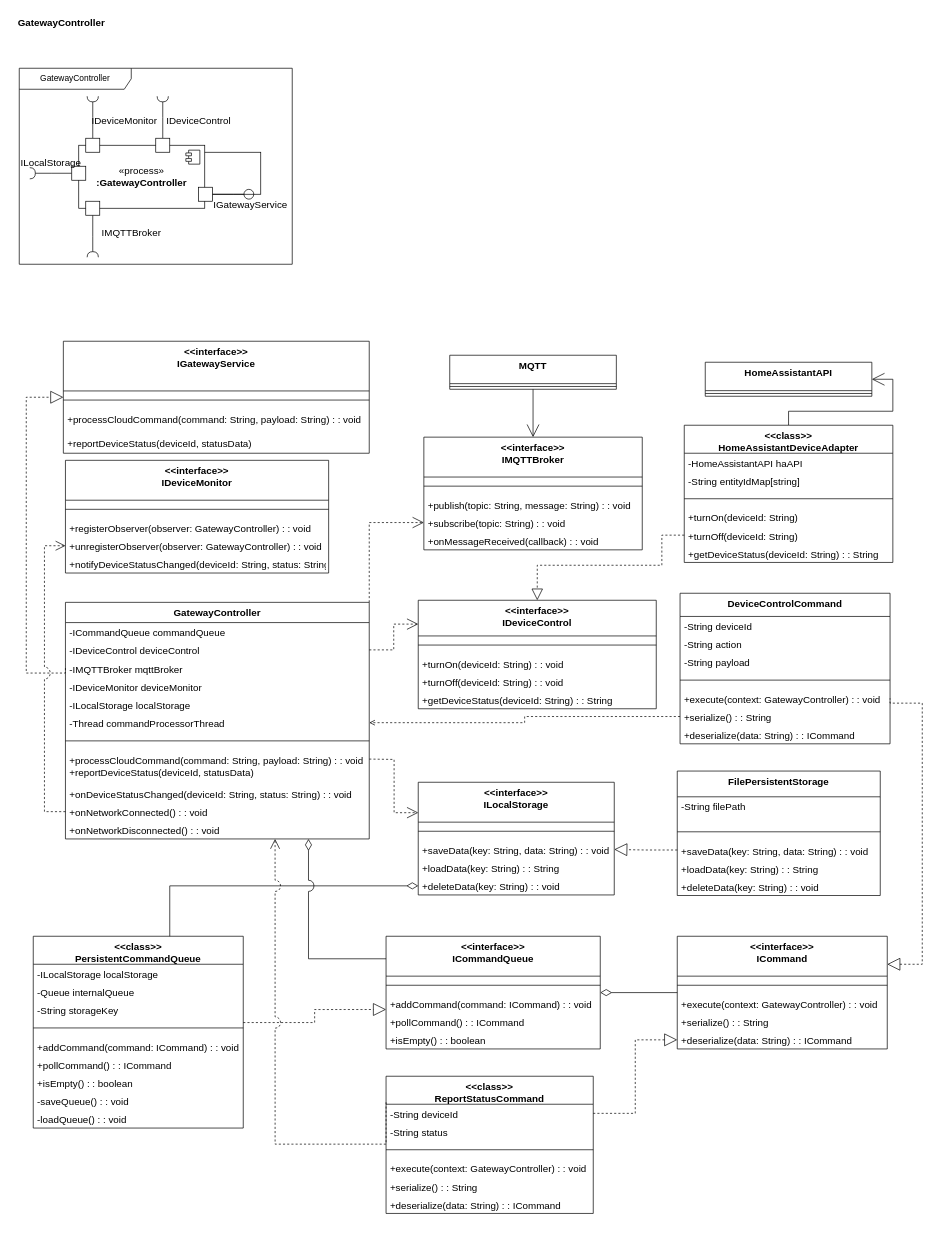
The draw.io diagram page "GatewayController" (1 of 4) of DetailedComponentDesign.drawio in GeniusHoon/AssociateArchitect, before the edit. Source tidied: cells renumbered, new cells numbered last; positions are measured from the earlier drawing's top-left corner, leaving out a move shared by most shapes. Both pictures are drawn from the tidied source at 70%, with x=0, y=0 at pixel (12, 12).
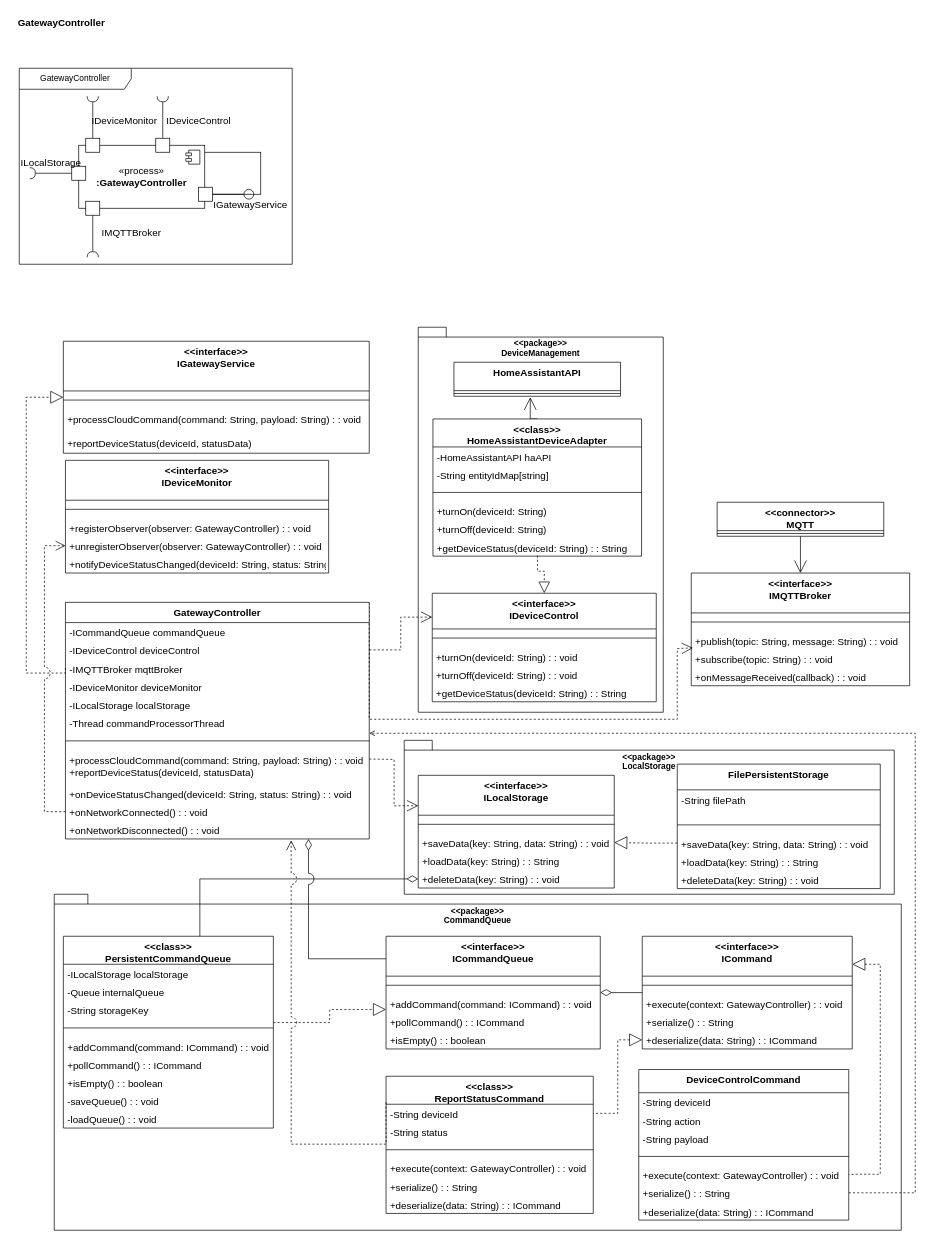
After the change.

Commit message:
GatewayController Packaged

The change refers to these unchanged cells:
```xml
<mxCell id="4" value="GatewayController" style="swimlane;fontStyle=1;align=center;verticalAlign=top;horizontal=1;startSize=28.91455078125;fontSize=14;" parent="1" vertex="1">
  <mxGeometry x="76" y="843" width="434" height="338" as="geometry" />
</mxCell>
<mxCell id="10" value="-Thread commandProcessorThread" style="text;strokeColor=none;fillColor=none;align=left;verticalAlign=top;spacingLeft=4;spacingRight=4;overflow=hidden;points=[[0,0.5],[1,0.5]];portConstraint=eastwest;fontSize=14;" parent="4" vertex="1">
  <mxGeometry y="158.9" width="434" height="26" as="geometry" />
</mxCell>
<mxCell id="15" value="+onNetworkDisconnected() : : void" style="text;strokeColor=none;fillColor=none;align=left;verticalAlign=top;spacingLeft=4;spacingRight=4;overflow=hidden;points=[[0,0.5],[1,0.5]];portConstraint=eastwest;fontSize=14;" parent="4" vertex="1">
  <mxGeometry y="312" width="434" height="26" as="geometry" />
</mxCell>
<mxCell id="51" value="+execute(context: GatewayController) : : void" style="text;strokeColor=none;fillColor=none;align=left;verticalAlign=top;spacingLeft=4;spacingRight=4;overflow=hidden;points=[[0,0.5],[1,0.5]];portConstraint=eastwest;fontSize=14;" parent="46" vertex="1">
  <mxGeometry y="137.1" width="300" height="26" as="geometry" />
</mxCell>
<mxCell id="52" value="+serialize() : : String" style="text;strokeColor=none;fillColor=none;align=left;verticalAlign=top;spacingLeft=4;spacingRight=4;overflow=hidden;points=[[0,0.5],[1,0.5]];portConstraint=eastwest;fontSize=14;" parent="46" vertex="1">
  <mxGeometry y="163.1" width="300" height="26" as="geometry" />
</mxCell>
<mxCell id="54" value="&lt;&lt;class&gt;&gt;&#10;ReportStatusCommand" style="swimlane;fontStyle=1;align=center;verticalAlign=top;horizontal=1;startSize=40;fontSize=14;" parent="1" vertex="1">
  <mxGeometry x="534" y="1520" width="296" height="196" as="geometry" />
</mxCell>
<mxCell id="75" value="+subscribe(topic: String) : : void" style="text;strokeColor=none;fillColor=none;align=left;verticalAlign=top;spacingLeft=4;spacingRight=4;overflow=hidden;points=[[0,0.5],[1,0.5]];portConstraint=eastwest;fontSize=14;" parent="72" vertex="1">
  <mxGeometry y="109" width="312" height="26" as="geometry" />
</mxCell>
<mxCell id="100" value="+turnOff(deviceId: String)" style="text;strokeColor=none;fillColor=none;align=left;verticalAlign=top;spacingLeft=4;spacingRight=4;overflow=hidden;points=[[0,0.5],[1,0.5]];portConstraint=eastwest;fontSize=14;" parent="95" vertex="1">
  <mxGeometry y="144" width="298" height="26" as="geometry" />
</mxCell>
<mxCell id="101" value="+getDeviceStatus(deviceId: String) : : String" style="text;strokeColor=none;fillColor=none;align=left;verticalAlign=top;spacingLeft=4;spacingRight=4;overflow=hidden;points=[[0,0.5],[1,0.5]];portConstraint=eastwest;fontSize=14;" parent="95" vertex="1">
  <mxGeometry y="170" width="298" height="26" as="geometry" />
</mxCell>
```

What changed in the source:
```diff
@@
+    <mxCell id="131" value="&amp;lt;&amp;lt;package&amp;gt;&amp;gt;&lt;div&gt;CommandQueue&lt;/div&gt;" style="shape=folder;fontStyle=1;spacingTop=10;tabWidth=40;tabHeight=14;tabPosition=left;html=1;whiteSpace=wrap;verticalAlign=top;" parent="1" vertex="1">
+      <mxGeometry x="60" y="1260" width="1210" height="480" as="geometry" />
+    </mxCell>
+    <mxCell id="132" value="&amp;lt;&amp;lt;package&amp;gt;&amp;gt;&lt;div&gt;DeviceManagement&lt;/div&gt;" style="shape=folder;fontStyle=1;spacingTop=10;tabWidth=40;tabHeight=14;tabPosition=left;html=1;whiteSpace=wrap;verticalAlign=top;" parent="1" vertex="1">
+      <mxGeometry x="580" y="450" width="350" height="550" as="geometry" />
+    </mxCell>
+    <mxCell id="133" value="&amp;lt;&amp;lt;package&amp;gt;&amp;gt;&lt;div&gt;LocalStorage&lt;/div&gt;" style="shape=folder;fontStyle=1;spacingTop=10;tabWidth=40;tabHeight=14;tabPosition=left;html=1;whiteSpace=wrap;verticalAlign=top;" parent="1" vertex="1">
+      <mxGeometry x="560" y="1040.1" width="700" height="219.9" as="geometry" />
+    </mxCell>
@@
-    <mxCell id="3" style="edgeStyle=orthogonalEdgeStyle;rounded=0;jettySize=auto;html=1;exitX=1;exitY=0;exitDx=0;exitDy=0;entryX=0;entryY=0.5;entryDx=0;entryDy=0;dashed=1;endArrow=open;endFill=0;endSize=14;" parent="1" edge="1" source="4" target="75">
+    <mxCell id="3" style="edgeStyle=orthogonalEdgeStyle;rounded=0;jettySize=auto;html=1;exitX=1;exitY=0;exitDx=0;exitDy=0;entryX=0.008;entryY=-0.08;entryDx=0;entryDy=0;dashed=1;endArrow=open;endFill=0;endSize=14;jumpStyle=arc;jumpSize=16;entryPerimeter=0;" parent="1" edge="1" source="4" target="75">
       <mxGeometry relative="1" as="geometry">
         <Array as="points">
-          <mxPoint x="510" y="729" />
+          <mxPoint x="510" y="1010" />
+          <mxPoint x="950" y="1010" />
+          <mxPoint x="950" y="909" />
+          <mxPoint x="973" y="909" />
         </Array>
       </mxGeometry>
     </mxCell>
@@
     <mxCell id="19" value="&lt;&lt;interface&gt;&gt;&#10;IDeviceControl" style="swimlane;fontStyle=1;align=center;verticalAlign=top;horizontal=1;startSize=50.98721858433315;fontSize=14;" parent="1" vertex="1">
-      <mxGeometry x="580" y="840" width="340" height="155" as="geometry" />
+      <mxGeometry x="600" y="830" width="320" height="155" as="geometry" />
     </mxCell>
     <mxCell id="20" style="line;strokeWidth=1;fillColor=none;align=left;verticalAlign=middle;spacingTop=-1;spacingLeft=3;spacingRight=3;labelPosition=right;strokeColor=inherit;fontSize=14;" parent="19" vertex="1">
-      <mxGeometry y="51" width="340" height="26" as="geometry" />
+      <mxGeometry y="51" width="320" height="26" as="geometry" />
     </mxCell>
     <mxCell id="21" value="+turnOn(deviceId: String) : : void" style="text;strokeColor=none;fillColor=none;align=left;verticalAlign=top;spacingLeft=4;spacingRight=4;overflow=hidden;fontSize=14;" parent="19" vertex="1">
-      <mxGeometry y="77" width="340" height="26" as="geometry" />
+      <mxGeometry y="77" width="320" height="26" as="geometry" />
     </mxCell>
     <mxCell id="22" value="+turnOff(deviceId: String) : : void" style="text;strokeColor=none;fillColor=none;align=left;verticalAlign=top;spacingLeft=4;spacingRight=4;overflow=hidden;fontSize=14;" parent="19" vertex="1">
-      <mxGeometry y="103" width="340" height="26" as="geometry" />
+      <mxGeometry y="103" width="320" height="26" as="geometry" />
     </mxCell>
     <mxCell id="23" value="+getDeviceStatus(deviceId: String) : : String" style="text;strokeColor=none;fillColor=none;align=left;verticalAlign=top;spacingLeft=4;spacingRight=4;overflow=hidden;fontSize=14;" parent="19" vertex="1">
-      <mxGeometry y="129" width="340" height="26" as="geometry" />
+      <mxGeometry y="129" width="320" height="26" as="geometry" />
     </mxCell>
     <mxCell id="24" value="HomeAssistantAPI" style="swimlane;fontStyle=1;align=center;verticalAlign=top;horizontal=1;startSize=40.56412615094866;fontSize=14;" parent="1" vertex="1">
-      <mxGeometry x="990" y="500" width="238" height="48.6" as="geometry" />
+      <mxGeometry x="631" y="500" width="238" height="48.6" as="geometry" />
     </mxCell>
@@
     <mxCell id="31" value="&lt;&lt;class&gt;&gt;&#10;PersistentCommandQueue" style="swimlane;fontStyle=1;align=center;verticalAlign=top;horizontal=1;startSize=40;fontSize=14;" parent="1" vertex="1">
-      <mxGeometry x="30" y="1320" width="300" height="274" as="geometry" />
+      <mxGeometry x="73" y="1320" width="300" height="274" as="geometry" />
     </mxCell>
@@
     <mxCell id="41" value="&lt;&lt;interface&gt;&gt;&#10;ICommand" style="swimlane;fontStyle=1;align=center;verticalAlign=top;horizontal=1;startSize=56.987214660644526;fontSize=14;" parent="1" vertex="1">
-      <mxGeometry x="950" y="1320" width="300" height="161" as="geometry" />
+      <mxGeometry x="900" y="1320" width="300" height="161" as="geometry" />
     </mxCell>
@@
     <mxCell id="46" value="DeviceControlCommand" style="swimlane;fontStyle=1;align=center;verticalAlign=top;horizontal=1;startSize=33.13433183942522;fontSize=14;" parent="1" vertex="1">
-      <mxGeometry x="954" y="830" width="300" height="215.1" as="geometry" />
+      <mxGeometry x="895" y="1510.4" width="300" height="215.1" as="geometry" />
     </mxCell>
@@
     <mxCell id="61" value="&lt;&lt;interface&gt;&gt;&#10;ILocalStorage" style="swimlane;fontStyle=1;align=center;verticalAlign=top;horizontal=1;startSize=56.987214660644526;fontSize=14;" parent="1" vertex="1">
-      <mxGeometry x="580" y="1100" width="280" height="161" as="geometry" />
+      <mxGeometry x="580" y="1090.1" width="280" height="161" as="geometry" />
     </mxCell>
@@
     <mxCell id="66" value="FilePersistentStorage" style="swimlane;fontStyle=1;align=center;verticalAlign=top;horizontal=1;startSize=36.79147644042969;fontSize=14;" parent="1" vertex="1">
-      <mxGeometry x="950" y="1084" width="290" height="177.8" as="geometry" />
+      <mxGeometry x="950" y="1074.1" width="290" height="177.8" as="geometry" />
     </mxCell>
@@
     <mxCell id="72" value="&lt;&lt;interface&gt;&gt;&#10;IMQTTBroker" style="swimlane;fontStyle=1;align=center;verticalAlign=top;horizontal=1;startSize=56.987214660644526;fontSize=14;" parent="1" vertex="1">
-      <mxGeometry x="588" y="607" width="312" height="161" as="geometry" />
+      <mxGeometry x="970" y="801.1" width="312" height="161" as="geometry" />
     </mxCell>
@@
     <mxCell id="86" style="dashed=1;startArrow=block;startSize=16;startFill=0;endArrow=none;entryX=1;entryY=0.5;rounded=0;fontSize=14;edgeStyle=orthogonalEdgeStyle;entryDx=0;entryDy=0;" parent="1" edge="1" source="41" target="51">
       <mxGeometry relative="1" as="geometry">
         <Array as="points">
-          <mxPoint x="1300" y="1360" />
-          <mxPoint x="1300" y="987" />
-          <mxPoint x="1254" y="987" />
+          <mxPoint x="1240" y="1360" />
+          <mxPoint x="1240" y="1660" />
+          <mxPoint x="1204" y="1660" />
         </Array>
       </mxGeometry>
     </mxCell>
@@
-    <mxCell id="88" style="dashed=1;startArrow=none;endArrow=open;endSize=12;exitX=0;exitY=0.19;entryX=0.69;entryY=1;rounded=0;fontSize=14;edgeStyle=orthogonalEdgeStyle;jumpStyle=arc;jumpSize=16;" parent="1" edge="1" source="54" target="4">
+    <mxCell id="88" style="dashed=1;startArrow=none;endArrow=open;endSize=12;exitX=0;exitY=0.19;entryX=0.743;entryY=1.075;rounded=0;fontSize=14;edgeStyle=orthogonalEdgeStyle;jumpStyle=arc;jumpSize=16;entryDx=0;entryDy=0;entryPerimeter=0;" parent="1" edge="1" source="54" target="15">
       <mxGeometry relative="1" as="geometry">
         <Array as="points">
-          <mxPoint x="376" y="1617" />
+          <mxPoint x="534" y="1617" />
+          <mxPoint x="398" y="1617" />
         </Array>
       </mxGeometry>
     </mxCell>
@@
-    <mxCell id="94" style="edgeStyle=orthogonalEdgeStyle;rounded=0;jettySize=auto;html=1;exitX=0.5;exitY=0;exitDx=0;exitDy=0;entryX=1;entryY=0.5;entryDx=0;entryDy=0;endArrow=open;endFill=0;endSize=16;" parent="1" edge="1" source="95" target="24">
-      <mxGeometry relative="1" as="geometry" />
+    <mxCell id="94" style="edgeStyle=orthogonalEdgeStyle;rounded=0;jettySize=auto;html=1;exitX=0.5;exitY=0;exitDx=0;exitDy=0;endArrow=open;endFill=0;endSize=16;" parent="1" edge="1" source="95">
+      <mxGeometry relative="1" as="geometry">
+        <mxPoint x="740" y="550" as="targetPoint" />
+      </mxGeometry>
     </mxCell>
     <mxCell id="95" value="&lt;&lt;class&gt;&gt;&#10;HomeAssistantDeviceAdapter" style="swimlane;fontStyle=1;align=center;verticalAlign=top;horizontal=1;startSize=40;fontSize=14;" parent="1" vertex="1">
-      <mxGeometry x="960" y="590" width="298" height="196" as="geometry" />
+      <mxGeometry x="601" y="581" width="298" height="196" as="geometry" />
     </mxCell>
@@
-    <mxCell id="102" style="edgeStyle=orthogonalEdgeStyle;rounded=0;jettySize=auto;html=1;exitX=0;exitY=0.5;exitDx=0;exitDy=0;entryX=1;entryY=0.5;entryDx=0;entryDy=0;dashed=1;endArrow=open;endFill=0;" parent="1" edge="1" source="52" target="10">
-      <mxGeometry relative="1" as="geometry" />
+    <mxCell id="102" style="edgeStyle=orthogonalEdgeStyle;rounded=0;jettySize=auto;html=1;exitX=1;exitY=0.5;exitDx=0;exitDy=0;dashed=1;endArrow=open;endFill=0;" parent="1" edge="1" source="52">
+      <mxGeometry relative="1" as="geometry">
+        <mxPoint x="510" y="1030" as="targetPoint" />
+        <Array as="points">
+          <mxPoint x="1290" y="1687" />
+          <mxPoint x="1290" y="1030" />
+        </Array>
+      </mxGeometry>
     </mxCell>
-    <mxCell id="103" style="edgeStyle=orthogonalEdgeStyle;rounded=0;jettySize=auto;html=1;exitX=0;exitY=0.5;exitDx=0;exitDy=0;entryX=0.5;entryY=0;entryDx=0;entryDy=0;endArrow=block;endFill=0;dashed=1;endSize=14;" parent="1" edge="1" source="100" target="19">
-      <mxGeometry relative="1" as="geometry">
-        <Array as="points">
-          <mxPoint x="928" y="747" />
-          <mxPoint x="928" y="790" />
-          <mxPoint x="750" y="790" />
-        </Array>
-      </mxGeometry>
+    <mxCell id="103" style="edgeStyle=orthogonalEdgeStyle;rounded=0;jettySize=auto;html=1;entryX=0.5;entryY=0;entryDx=0;entryDy=0;endArrow=block;endFill=0;dashed=1;endSize=14;exitX=0.501;exitY=0.965;exitDx=0;exitDy=0;exitPerimeter=0;jumpStyle=arc;jumpSize=16;" parent="1" edge="1" source="101" target="19">
+      <mxGeometry relative="1" as="geometry" />
     </mxCell>
@@
-    <mxCell id="129" value="MQTT" style="swimlane;fontStyle=1;align=center;verticalAlign=top;horizontal=1;startSize=40.56412615094866;fontSize=14;" parent="1" vertex="1">
-      <mxGeometry x="625" y="490" width="238" height="48.6" as="geometry" />
+    <mxCell id="129" value="&lt;&lt;connector&gt;&gt;&#10;MQTT" style="swimlane;fontStyle=1;align=center;verticalAlign=top;horizontal=1;startSize=40.56412615094866;fontSize=14;" parent="1" vertex="1">
+      <mxGeometry x="1007" y="700" width="238" height="48.6" as="geometry" />
     </mxCell>
```
